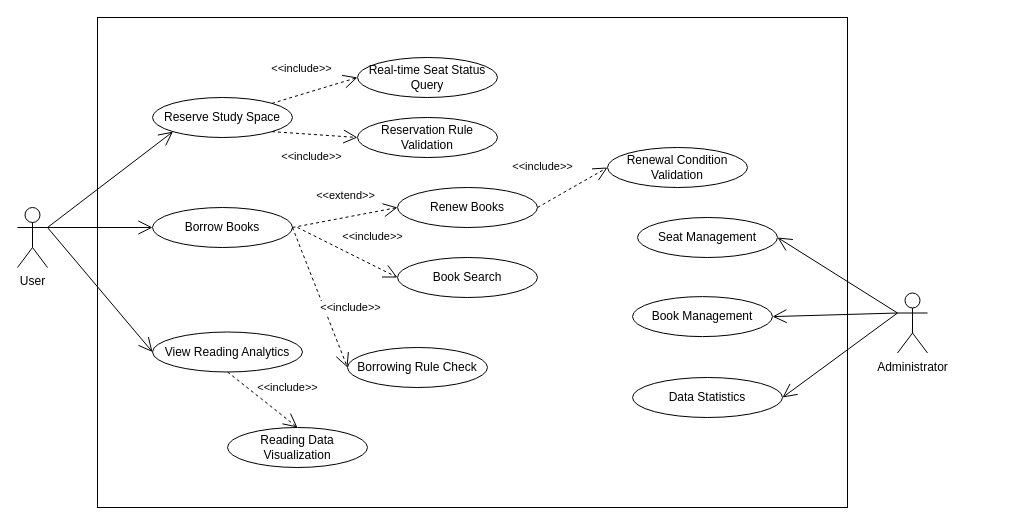
Earlier version of the draw.io diagram Assignment1/models/usecase4.1.drawio (qianlinnian/se_sad_project). Source tidied: cells renumbered, new cells numbered last; positions are measured from the earlier drawing's top-left corner, leaving out a move shared by most shapes. Both pictures are drawn from the tidied source at 100%, with x=0, y=0 at pixel (17, 17).
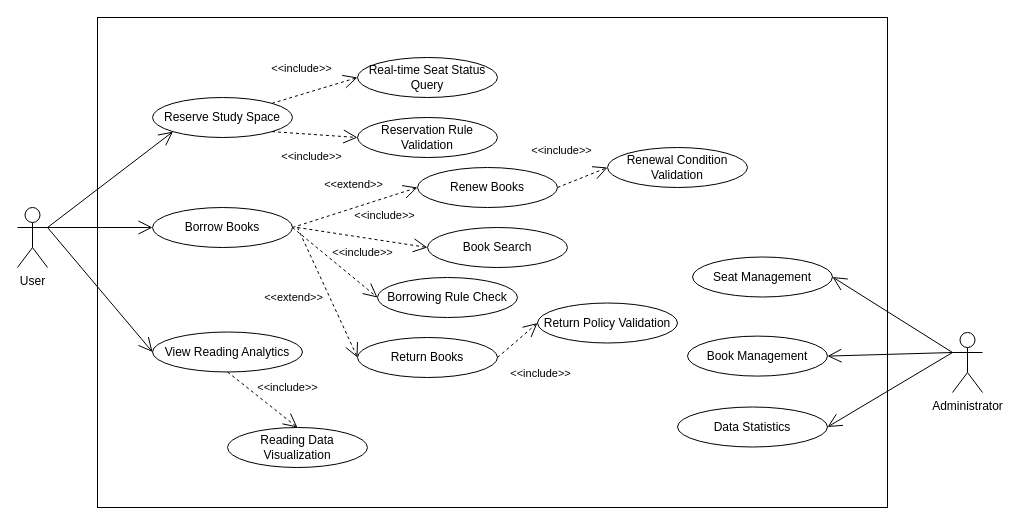
Above is the later version.

The edit, as a diff of the source:
```diff
@@
     <mxCell id="2" style="rounded=0;whiteSpace=wrap;html=1;fillColor=none;" parent="1" vertex="1">
-      <mxGeometry x="80" width="750" height="490" as="geometry" />
+      <mxGeometry x="80" width="790" height="490" as="geometry" />
     </mxCell>
     <mxCell id="3" value="Administrator" style="shape=umlActor;verticalLabelPosition=bottom;verticalAlign=top;html=1;outlineConnect=0;" parent="1" vertex="1">
-      <mxGeometry x="880" y="275.5" width="30" height="60" as="geometry" />
+      <mxGeometry x="935" y="315" width="30" height="60" as="geometry" />
     </mxCell>
@@
     <mxCell id="16" value="&lt;p class=&quot;MsoNormal&quot;&gt;&lt;font face=&quot;Helvetica&quot;&gt;Renew Books&lt;/font&gt;&lt;/p&gt;" style="ellipse;whiteSpace=wrap;html=1;" parent="1" vertex="1">
-      <mxGeometry x="380" y="170" width="140" height="40" as="geometry" />
+      <mxGeometry x="400" y="150" width="140" height="40" as="geometry" />
     </mxCell>
@@
     <mxCell id="22" value="Book Search" style="ellipse;whiteSpace=wrap;html=1;" parent="1" vertex="1">
-      <mxGeometry x="380" y="240" width="140" height="40" as="geometry" />
+      <mxGeometry x="410" y="210" width="140" height="40" as="geometry" />
     </mxCell>
     <mxCell id="23" value="Borrowing Rule Check" style="ellipse;whiteSpace=wrap;html=1;" parent="1" vertex="1">
-      <mxGeometry x="330" y="330" width="140" height="40" as="geometry" />
+      <mxGeometry x="360" y="260" width="140" height="40" as="geometry" />
     </mxCell>
@@
     <mxCell id="26" value="Data Statistics" style="ellipse;whiteSpace=wrap;html=1;" parent="1" vertex="1">
-      <mxGeometry x="615" y="360" width="150" height="40" as="geometry" />
+      <mxGeometry x="660" y="389.5" width="150" height="40" as="geometry" />
     </mxCell>
     <mxCell id="27" value="Seat Management" style="ellipse;whiteSpace=wrap;html=1;" parent="1" vertex="1">
-      <mxGeometry x="620" y="200" width="140" height="40" as="geometry" />
+      <mxGeometry x="675" y="239.5" width="140" height="40" as="geometry" />
     </mxCell>
     <mxCell id="28" value="Book Management" style="ellipse;whiteSpace=wrap;html=1;" parent="1" vertex="1">
-      <mxGeometry x="615" y="279.1" width="140" height="40" as="geometry" />
+      <mxGeometry x="670" y="318.6" width="140" height="40" as="geometry" />
     </mxCell>
@@
+    <mxCell id="32" value="Return Books" style="ellipse;whiteSpace=wrap;html=1;" parent="1" vertex="1">
+      <mxGeometry x="340" y="320" width="140" height="40" as="geometry" />
+    </mxCell>
+    <mxCell id="33" value="&amp;lt;&amp;lt;extend&amp;gt;&amp;gt;" style="endArrow=open;endSize=12;dashed=1;html=1;rounded=0;entryX=0;entryY=0.5;entryDx=0;entryDy=0;" parent="1" edge="1" target="32">
+      <mxGeometry x="-0.14" y="-33" relative="1" as="geometry">
+        <mxPoint x="280" y="210" as="sourcePoint" />
+      </mxGeometry>
+    </mxCell>
+    <mxCell id="34" value="&lt;p class=&quot;MsoNormal&quot;&gt;&lt;font face=&quot;Helvetica&quot;&gt;Return Policy Validation&lt;/font&gt;&lt;/p&gt;" style="ellipse;whiteSpace=wrap;html=1;" parent="1" vertex="1">
+      <mxGeometry x="520" y="285.5" width="140" height="40" as="geometry" />
+    </mxCell>
+    <mxCell id="35" value="&amp;lt;&amp;lt;include&amp;gt;&amp;gt;" style="endArrow=open;endSize=12;dashed=1;html=1;rounded=0;exitX=1;exitY=0.5;exitDx=0;exitDy=0;entryX=0;entryY=0.5;entryDx=0;entryDy=0;" parent="1" edge="1" source="32" target="34">
+      <mxGeometry x="-0.17" y="-40" relative="1" as="geometry" />
+    </mxCell>
```
